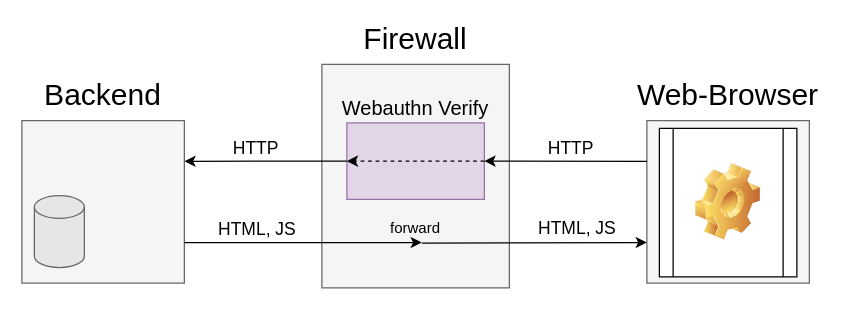
DamianB-BitFlipper/MEng-Thesis keeps this draw.io diagram as images/ServerSide_with_firewall.drawio. Above is the earlier version. Source tidied: cells renumbered, new cells numbered last; positions are measured from the earlier drawing's top-left corner, leaving out a move shared by most shapes. Both pictures are drawn from the tidied source at 125%, with x=0, y=0 at pixel (21, 26).
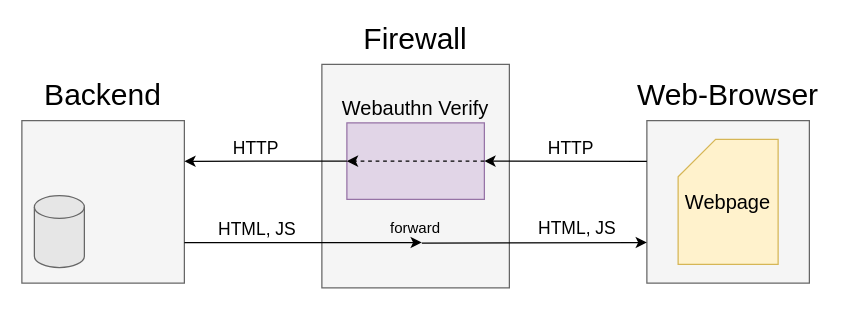
After the change.

Change to the diagram source:
```diff
@@
-    <mxCell id="7" style="shape=process;whiteSpace=wrap;html=1;backgroundOutline=1;" parent="1" vertex="1">
-      <mxGeometry x="510" y="81.2" width="110" height="118.8" as="geometry" />
-    </mxCell>
-    <mxCell id="8" style="shape=image;html=1;verticalLabelPosition=bottom;verticalAlign=top;imageAspect=1;image=img/clipart/Gear_128x128.png;" parent="1" vertex="1">
-      <mxGeometry x="539" y="109.5" width="52" height="61" as="geometry" />
-    </mxCell>
@@
+    <mxCell id="23" value="&lt;font style=&quot;font-size: 16px&quot;&gt;Webpage&lt;/font&gt;" style="shape=card;whiteSpace=wrap;html=1;fillColor=#fff2cc;strokeColor=#d6b656;" parent="1" vertex="1">
+      <mxGeometry x="525" y="90" width="80" height="100" as="geometry" />
+    </mxCell>
```
